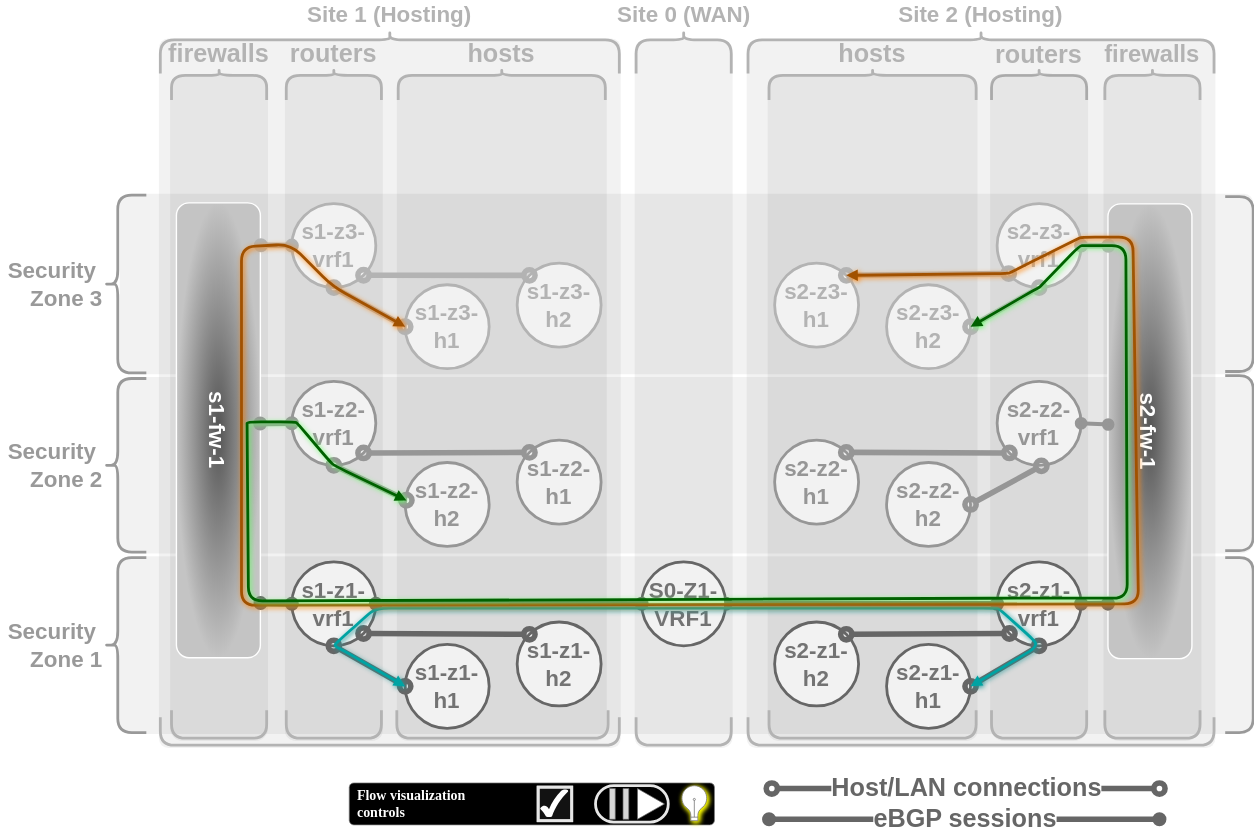
menckend/alpha keeps this draw.io diagram as pages/1/3(ecmp-symmetric)/casestudy-1-1b.drawio.svg. Above is the earlier version. Source tidied: cells renumbered, new cells last; positions are measured from the earlier drawing's top-left corner, leaving out a move shared by most shapes.
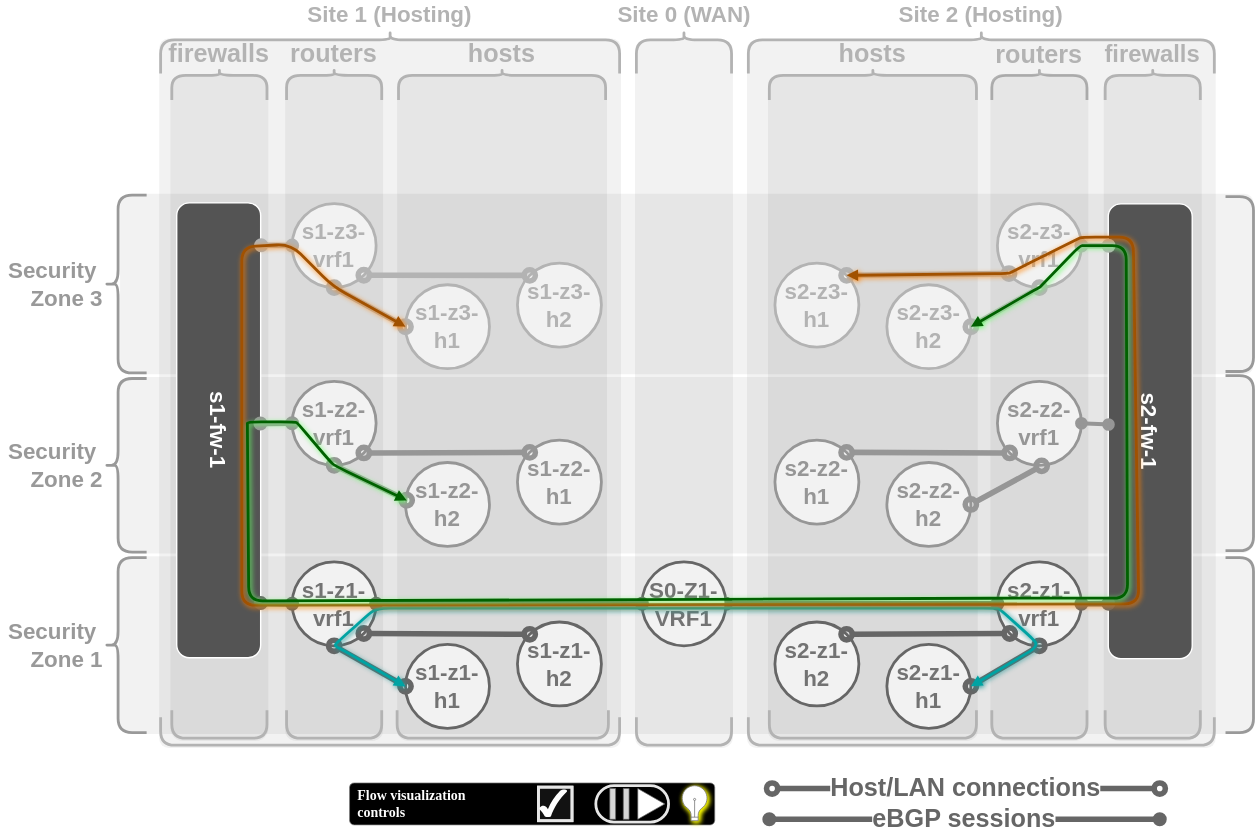
After the commit.

Diff of the diagram source:
```diff
@@ -14,10 +14,10 @@
       </mxGeometry>
     </mxCell>
     <mxCell id="5" style="group;flowAnimation=0;strokeColor=none;" parent="2" vertex="1">
-      <mxGeometry x="135" y="3" width="24" height="24" as="geometry" />
+      <mxGeometry x="134" y="3" width="24" height="24" as="geometry" />
     </mxCell>
     <mxCell id="6" style="whiteSpace=wrap;html=1;fontSize=20;fontFamily=Architects Daughter;fillColor=none;strokeColor=#E6E6E6;sketch=0;hachureGap=4;fontSource=https%3A%2F%2Ffonts.googleapis.com%2Fcss%3Ffamily%3DArchitects%2BDaughter;strokeWidth=2;" parent="5" vertex="1">
-      <mxGeometry width="24" height="24" as="geometry" />
+      <mxGeometry x="1" width="24" height="24" as="geometry" />
     </mxCell>
     <mxCell id="7" style="verticalLabelPosition=bottom;verticalAlign=top;html=1;shape=mxgraph.basic.tick;fillColor=#FFFFFF;strokeColor=none;" parent="5" vertex="1">
       <mxGeometry x="1.5" y="1.5" width="20" height="20" as="geometry" />
@@ -254,10 +254,10 @@
     <mxCell id="83" value="Site 0 (WAN)" style="shape=curlyBracket;html=1;rounded=1;labelPosition=center;verticalLabelPosition=top;align=center;verticalAlign=bottom;rotation=0;strokeWidth=2;strokeColor=#B3B3B3;size=0.2;direction=south;fontSize=16;fontColor=#B3B3B3;fontStyle=1;" parent="12" vertex="1">
       <mxGeometry x="461" width="68" height="30" as="geometry" />
     </mxCell>
-    <mxCell id="84" value="s1-fw-1" style="rounded=1;whiteSpace=wrap;html=1;gradientColor=#C4C4C4;fillColor=#545454;strokeColor=#FFFFFF;fontColor=#FFFFFF;fontSize=16;fontStyle=1;gradientDirection=radial;rotation=90;" parent="12" vertex="1">
+    <mxCell id="84" value="s1-fw-1" style="rounded=1;whiteSpace=wrap;html=1;gradientColor=none;fillColor=#545454;strokeColor=#FFFFFF;fontColor=#FFFFFF;fontSize=16;fontStyle=1;gradientDirection=radial;rotation=90;" parent="12" vertex="1">
       <mxGeometry y="255" width="325" height="60" as="geometry" />
     </mxCell>
-    <mxCell id="85" value="s2-fw-1" style="rounded=1;whiteSpace=wrap;html=1;gradientColor=#C4C4C4;fillColor=#545454;strokeColor=#FFFFFF;fontColor=#FFFFFF;fontSize=16;fontStyle=1;gradientDirection=radial;rotation=90;" parent="12" vertex="1">
+    <mxCell id="85" value="s2-fw-1" style="rounded=1;whiteSpace=wrap;html=1;gradientColor=none;fillColor=#545454;strokeColor=#FFFFFF;fontColor=#FFFFFF;fontSize=16;fontStyle=1;gradientDirection=radial;rotation=90;" parent="12" vertex="1">
       <mxGeometry x="665.7" y="255.7" width="325" height="60" as="geometry" />
     </mxCell>
     <mxCell id="86" style="endArrow=oval;startArrow=oval;html=1;strokeWidth=4;strokeColor=#969696;startFill=1;endFill=1;fontSize=18;fontStyle=1;exitX=0;exitY=0.5;exitDx=0;exitDy=0;entryX=0.485;entryY=0.003;entryDx=0;entryDy=0;entryPerimeter=0;" parent="12" edge="1" source="60" target="84">
```
